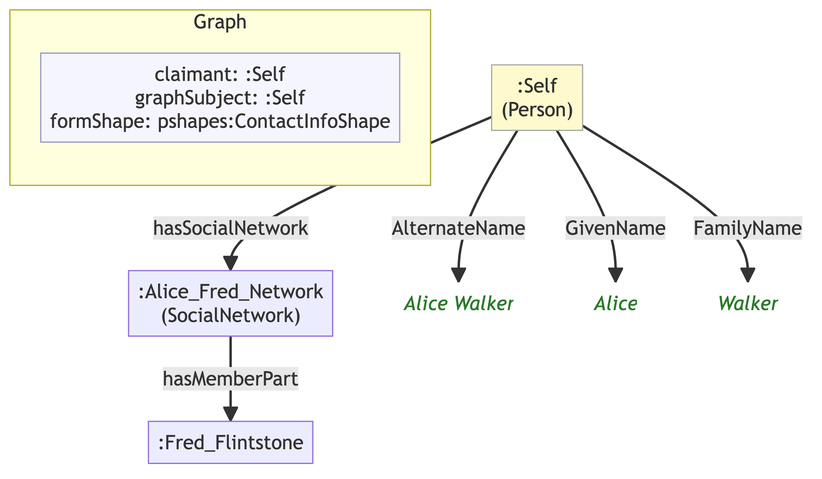
Before: example/graphs/images/graph-29.png, a diagram exported from Mermaid (MeeFoundation/mia-ontologies). Its source is kept beside it as example/graphs/images/graph-29.mmd.
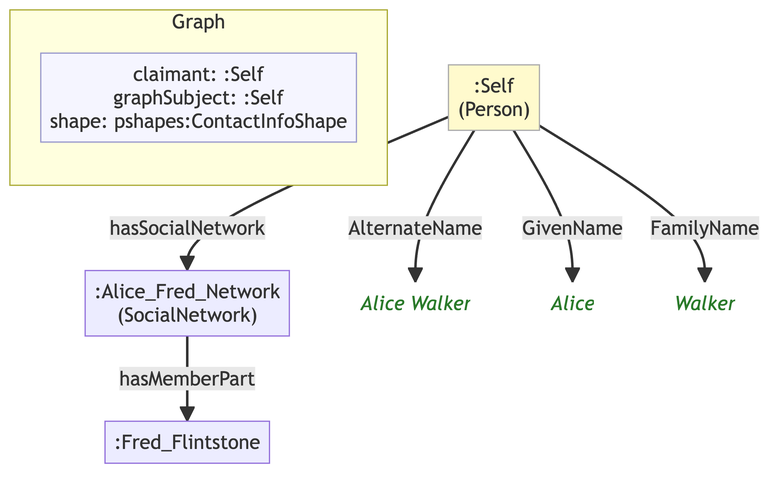
Above is the later version.

The edit, as a diff of the source:
```diff
@@ -7,18 +7,18 @@
 
     subgraph ctx["Graph"]
         direction LR
-        ctx_meta["claimant: :Self\ngraphSubject: :Self\nformShape: pshapes:ContactInfoShape"]:::meta
+        ctx_meta["claimant: :Self\ngraphSubject: :Self\nshape: pshapes:ContactInfoShape"]:::meta
     end
 
     ned526b7a31de[":Alice_Fred_Network\n(SocialNetwork)"]
     nf099ac6b6cf7[":Fred_Flintstone"]
     n655e442e50be[":Self\n(Person)"]:::person
-    n0125c8082eca("Alice Walker"):::lit
-    n1b28a08007f9("Alice"):::lit
-    n9195fd664ac8("Walker"):::lit
+    n48c4ba4f6b59("Alice Walker"):::lit
+    nff7de53be68c("Alice"):::lit
+    n231dd2417221("Walker"):::lit
 
     ned526b7a31de -->|"hasMemberPart"| nf099ac6b6cf7
-    n655e442e50be -->|"AlternateName"| n0125c8082eca
-    n655e442e50be -->|"GivenName"| n1b28a08007f9
-    n655e442e50be -->|"FamilyName"| n9195fd664ac8
+    n655e442e50be -->|"AlternateName"| n48c4ba4f6b59
+    n655e442e50be -->|"GivenName"| nff7de53be68c
+    n655e442e50be -->|"FamilyName"| n231dd2417221
     n655e442e50be -->|"hasSocialNetwork"| ned526b7a31de
```
